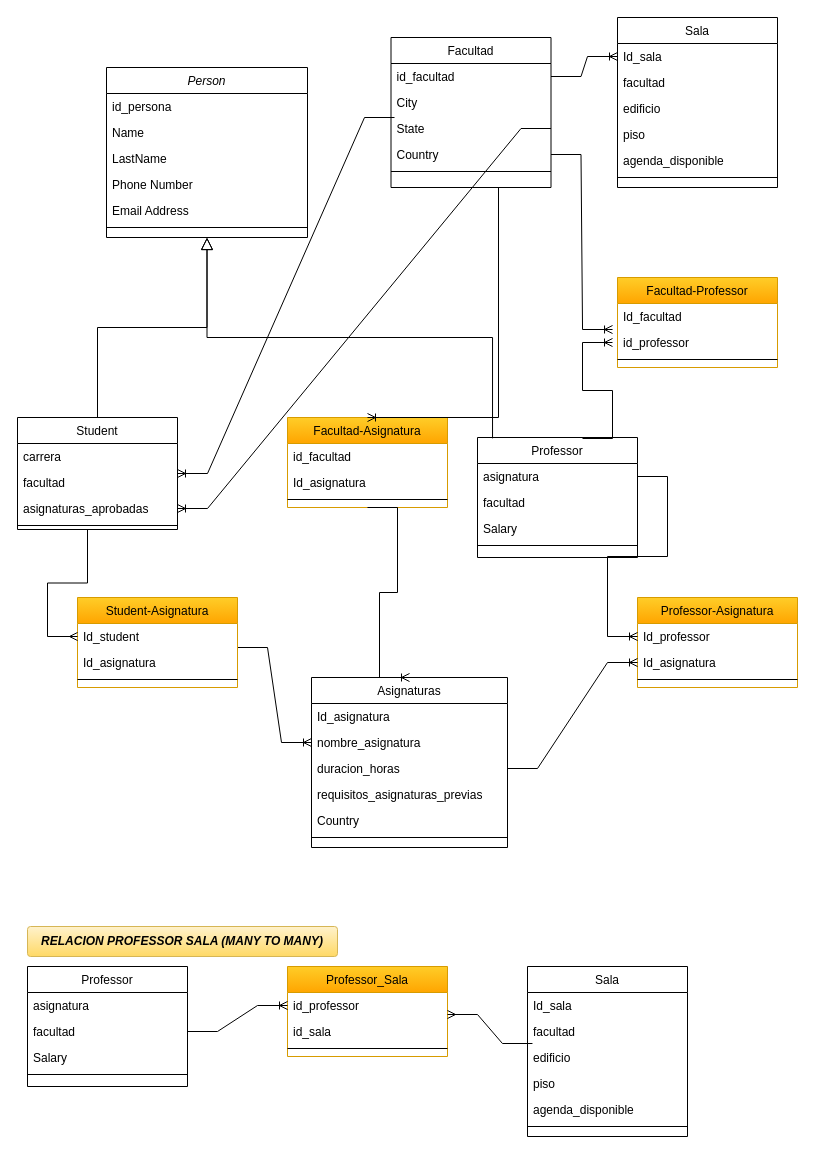
The draw.io diagram Untitled Diagram.drawio in AlexisAlegria/testingGit, before the edit. Source tidied: cells renumbered, new cells numbered last; positions are measured from the earlier drawing's top-left corner, leaving out a move shared by most shapes. Both pictures are drawn from the tidied source at 100%, with x=0, y=0 at pixel (17, 17).
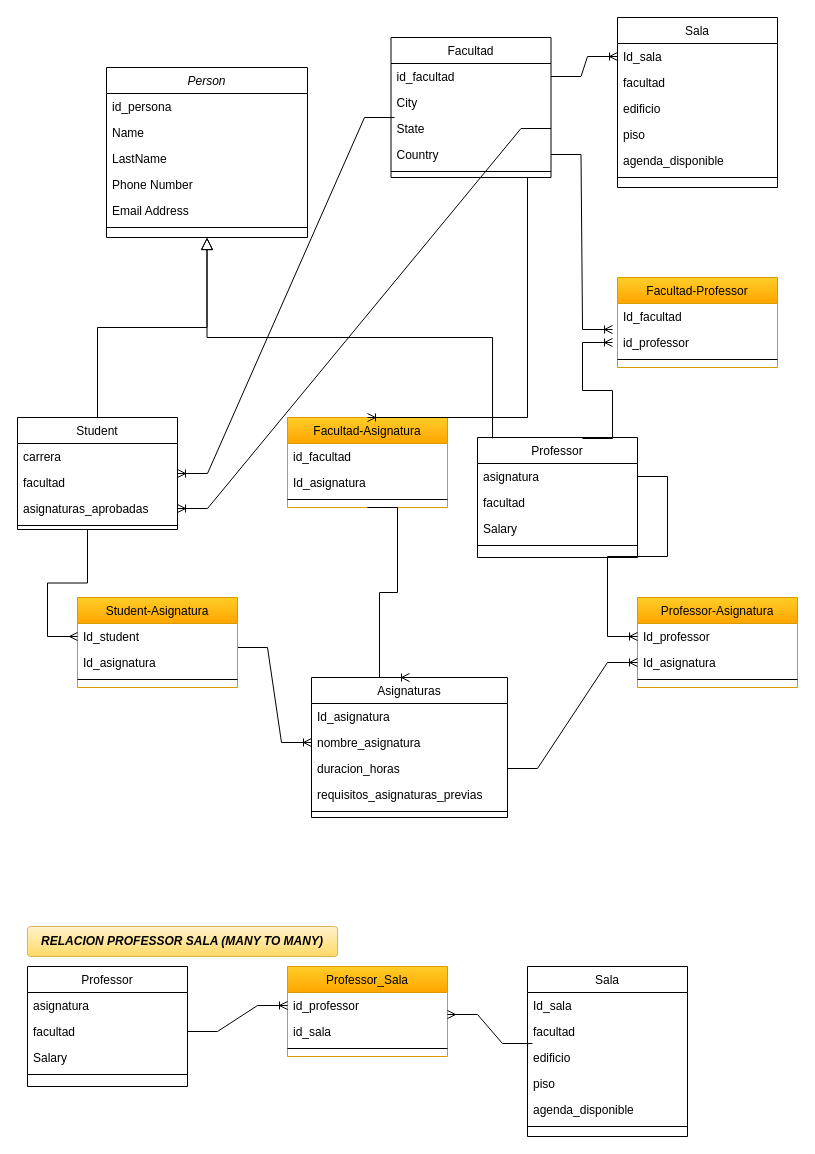
After the change.

Unchanged cells that the change refers to:
```xml
<mxCell id="61" value="Facultad-Asignatura" style="swimlane;fontStyle=0;align=center;verticalAlign=top;horizontal=1;startSize=26;rounded=0;shadow=0;strokeWidth=1;fillColor=#ffcd28;gradientColor=#ffa500;strokeColor=#d79b00;" parent="1" vertex="1">
  <mxGeometry x="270" y="400" width="160" height="90" as="geometry" />
</mxCell>
```

The edit, as a diff of the source:
```diff
@@
     <mxCell id="28" value="Facultad" style="swimlane;fontStyle=0;align=center;verticalAlign=top;horizontal=1;startSize=26;rounded=0;shadow=0;strokeWidth=1;" parent="1" vertex="1">
-      <mxGeometry x="373.5" y="20" width="160" height="150" as="geometry" />
+      <mxGeometry x="373.5" y="20" width="160" height="140" as="geometry" />
     </mxCell>
@@
     <mxCell id="34" value="Asignaturas" style="swimlane;fontStyle=0;align=center;verticalAlign=top;horizontal=1;startSize=26;rounded=0;shadow=0;strokeWidth=1;" parent="1" vertex="1">
-      <mxGeometry x="294" y="660" width="196" height="170" as="geometry" />
+      <mxGeometry x="294" y="660" width="196" height="140" as="geometry" />
     </mxCell>
@@
-    <mxCell id="39" value="Country" style="text;align=left;verticalAlign=top;spacingLeft=4;spacingRight=4;overflow=hidden;rounded=0;shadow=0;html=0;" parent="34" vertex="1">
-      <mxGeometry y="130" width="196" height="26" as="geometry" />
-    </mxCell>
     <mxCell id="40" style="line;html=1;strokeWidth=1;align=left;verticalAlign=middle;spacingTop=-1;spacingLeft=3;spacingRight=3;labelPosition=right;" parent="34" vertex="1">
-      <mxGeometry y="156" width="196" height="8" as="geometry" />
+      <mxGeometry y="130" width="196" height="8" as="geometry" />
     </mxCell>
@@
     <mxCell id="66" style="edgeStyle=entityRelationEdgeStyle;fontSize=12;html=1;endArrow=ERoneToMany;rounded=0;entryX=0.5;entryY=0;entryDx=0;entryDy=0;" parent="1" edge="1" target="61">
       <mxGeometry relative="1" as="geometry">
-        <mxPoint x="451" y="170" as="sourcePoint" />
+        <mxPoint x="480" y="160" as="sourcePoint" />
       </mxGeometry>
     </mxCell>
```
